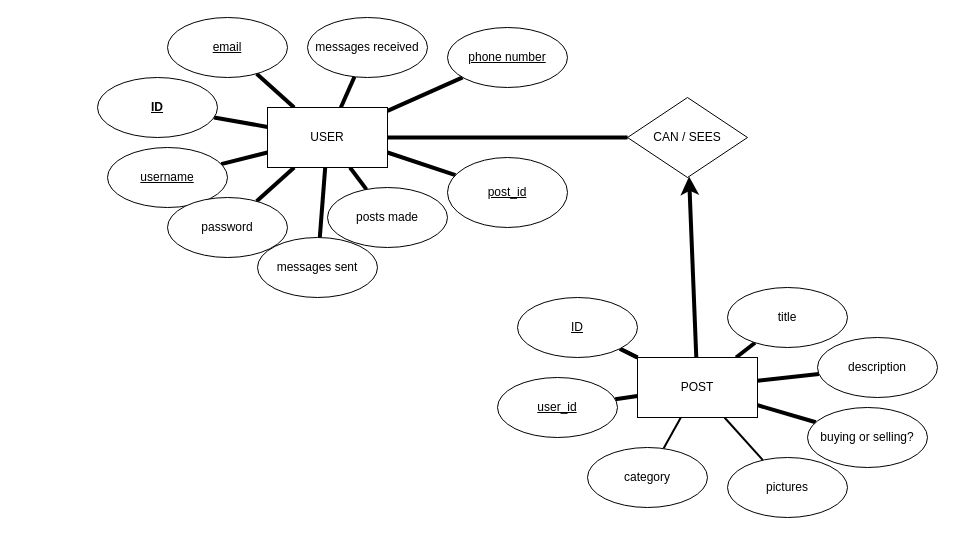
MuhammadRehan7140/KnockoffCraigslist keeps this draw.io diagram as ER_Diagram.drawio. Above is the earlier version. Source tidied: cells renumbered, new cells numbered last; positions are measured from the earlier drawing's top-left corner, leaving out a move shared by most shapes. Both pictures are drawn from the tidied source at 100%, with x=0, y=0 at pixel (97, 17).
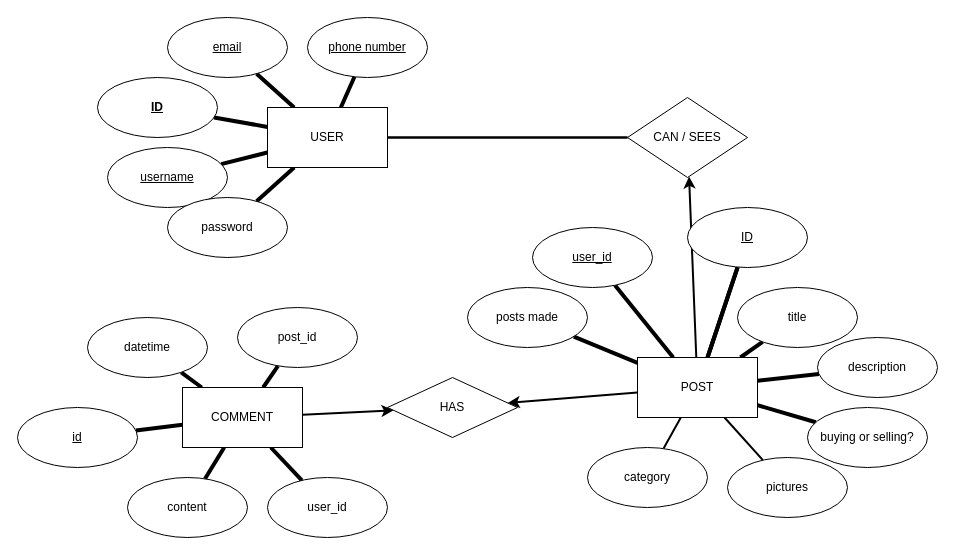
The same diagram, later.

Commit message:
patched ER diagram

The change refers to these unchanged cells:
```xml
<mxCell id="12" value="USER" style="rounded=0;whiteSpace=wrap;html=1;" parent="1" vertex="1">
  <mxGeometry x="170" y="90" width="120" height="60" as="geometry" />
</mxCell>
<mxCell id="19" value="CAN / SEES" style="rhombus;whiteSpace=wrap;html=1;rounded=0;" parent="1" vertex="1">
  <mxGeometry x="530" y="80" width="120" height="80" as="geometry" />
</mxCell>
<mxCell id="30" value="POST" style="whiteSpace=wrap;html=1;rounded=0;" parent="1" vertex="1">
  <mxGeometry x="540" y="340" width="120" height="60" as="geometry" />
</mxCell>
```

Diff of the diagram source:
```diff
@@
-    <mxCell id="8" style="edgeStyle=none;html=1;endArrow=none;endFill=0;strokeWidth=4;" parent="1" edge="1" source="12" target="20">
-      <mxGeometry relative="1" as="geometry" />
-    </mxCell>
-    <mxCell id="9" style="edgeStyle=none;html=1;endArrow=none;endFill=0;strokeWidth=4;" parent="1" edge="1" source="12" target="19">
+    <mxCell id="9" style="edgeStyle=none;html=1;endArrow=none;endFill=0;strokeWidth=2;" parent="1" edge="1" source="12" target="19">
       <mxGeometry relative="1" as="geometry" />
     </mxCell>
-    <mxCell id="10" style="edgeStyle=none;html=1;endArrow=none;endFill=0;strokeWidth=4;" parent="1" edge="1" source="12" target="21">
-      <mxGeometry relative="1" as="geometry" />
-    </mxCell>
-    <mxCell id="11" style="edgeStyle=none;html=1;startArrow=none;startFill=0;endArrow=none;endFill=0;strokeWidth=4;" parent="1" edge="1" source="12" target="38">
-      <mxGeometry relative="1" as="geometry" />
-    </mxCell>
@@
     <mxCell id="17" value="&lt;u&gt;phone number&lt;/u&gt;" style="ellipse;whiteSpace=wrap;html=1;rounded=0;" parent="1" vertex="1">
-      <mxGeometry x="350" y="10" width="120" height="60" as="geometry" />
+      <mxGeometry x="210" width="120" height="60" as="geometry" />
     </mxCell>
-    <mxCell id="18" style="edgeStyle=none;html=1;endArrow=none;endFill=0;strokeWidth=4;startArrow=classic;startFill=1;" parent="1" edge="1" source="19" target="30">
+    <mxCell id="18" style="edgeStyle=none;html=1;endArrow=none;endFill=0;strokeWidth=2;startArrow=classic;startFill=1;" parent="1" edge="1" source="19" target="30">
       <mxGeometry relative="1" as="geometry" />
     </mxCell>
@@
-    <mxCell id="20" value="messages received" style="ellipse;whiteSpace=wrap;html=1;rounded=0;" parent="1" vertex="1">
-      <mxGeometry x="210" width="120" height="60" as="geometry" />
-    </mxCell>
-    <mxCell id="21" value="messages sent" style="ellipse;whiteSpace=wrap;html=1;rounded=0;" parent="1" vertex="1">
-      <mxGeometry x="160" y="220" width="120" height="60" as="geometry" />
-    </mxCell>
@@
+    <mxCell id="41" style="edgeStyle=none;html=1;endArrow=none;endFill=0;strokeWidth=4;" parent="1" edge="1" source="30" target="39">
+      <mxGeometry relative="1" as="geometry" />
+    </mxCell>
+    <mxCell id="42" style="edgeStyle=none;html=1;endArrow=classic;endFill=1;strokeWidth=2;" parent="1" edge="1" source="30" target="44">
+      <mxGeometry relative="1" as="geometry" />
+    </mxCell>
@@
     <mxCell id="31" value="title" style="ellipse;whiteSpace=wrap;html=1;rounded=0;" parent="1" vertex="1">
-      <mxGeometry x="630" y="270" width="120" height="60" as="geometry" />
+      <mxGeometry x="640" y="270" width="120" height="60" as="geometry" />
     </mxCell>
@@
     <mxCell id="35" value="&lt;u&gt;ID&lt;/u&gt;" style="ellipse;whiteSpace=wrap;html=1;rounded=0;" parent="1" vertex="1">
-      <mxGeometry x="420" y="280" width="120" height="60" as="geometry" />
+      <mxGeometry x="590" y="190" width="120" height="60" as="geometry" />
     </mxCell>
     <mxCell id="36" value="&lt;u&gt;user_id&lt;/u&gt;" style="ellipse;whiteSpace=wrap;html=1;rounded=0;" parent="1" vertex="1">
-      <mxGeometry x="400" y="360" width="120" height="60" as="geometry" />
+      <mxGeometry x="435" y="210" width="120" height="60" as="geometry" />
     </mxCell>
@@
-    <mxCell id="38" value="posts made" style="ellipse;whiteSpace=wrap;html=1;rounded=0;" parent="1" vertex="1">
-      <mxGeometry x="230" y="170" width="120" height="60" as="geometry" />
-    </mxCell>
-    <mxCell id="39" style="edgeStyle=none;html=1;entryX=1;entryY=0.75;entryDx=0;entryDy=0;startArrow=none;startFill=0;endArrow=none;endFill=0;strokeWidth=4;" parent="1" edge="1" source="40" target="12">
-      <mxGeometry relative="1" as="geometry" />
+    <mxCell id="39" value="posts made" style="ellipse;whiteSpace=wrap;html=1;rounded=0;" parent="1" vertex="1">
+      <mxGeometry x="370" y="270" width="120" height="60" as="geometry" />
     </mxCell>
+    <mxCell id="43" style="edgeStyle=none;html=1;endArrow=none;endFill=0;strokeWidth=2;startArrow=classic;startFill=1;" parent="1" edge="1" source="44" target="50">
+      <mxGeometry relative="1" as="geometry" />
+    </mxCell>
+    <mxCell id="44" value="HAS" style="rhombus;whiteSpace=wrap;html=1;rounded=0;" parent="1" vertex="1">
+      <mxGeometry x="290" y="360" width="130" height="60" as="geometry" />
+    </mxCell>
+    <mxCell id="45" style="edgeStyle=none;html=1;startArrow=none;startFill=0;endArrow=none;endFill=0;strokeWidth=4;" parent="1" edge="1" source="50" target="51">
+      <mxGeometry relative="1" as="geometry" />
+    </mxCell>
+    <mxCell id="46" style="edgeStyle=none;html=1;startArrow=none;startFill=0;endArrow=none;endFill=0;strokeWidth=4;" parent="1" edge="1" source="50" target="40">
+      <mxGeometry relative="1" as="geometry" />
+    </mxCell>
+    <mxCell id="47" style="edgeStyle=none;html=1;startArrow=none;startFill=0;endArrow=none;endFill=0;strokeWidth=4;" parent="1" edge="1" source="50" target="52">
+      <mxGeometry relative="1" as="geometry" />
+    </mxCell>
+    <mxCell id="48" style="edgeStyle=none;html=1;startArrow=none;startFill=0;endArrow=none;endFill=0;strokeWidth=4;" parent="1" edge="1" source="50" target="53">
+      <mxGeometry relative="1" as="geometry" />
+    </mxCell>
+    <mxCell id="49" style="edgeStyle=none;html=1;startArrow=none;startFill=0;endArrow=none;endFill=0;strokeWidth=4;" parent="1" edge="1" source="50" target="54">
+      <mxGeometry relative="1" as="geometry" />
+    </mxCell>
+    <mxCell id="50" value="COMMENT" style="whiteSpace=wrap;html=1;rounded=0;" parent="1" vertex="1">
+      <mxGeometry x="85" y="370" width="120" height="60" as="geometry" />
+    </mxCell>
+    <mxCell id="51" value="user_id" style="ellipse;whiteSpace=wrap;html=1;rounded=0;" parent="1" vertex="1">
+      <mxGeometry x="170" y="460" width="120" height="60" as="geometry" />
+    </mxCell>
-    <mxCell id="40" value="&lt;u&gt;post_id&lt;/u&gt;" style="ellipse;whiteSpace=wrap;html=1;" parent="1" vertex="1">
-      <mxGeometry x="350" y="140" width="120" height="70" as="geometry" />
+    <mxCell id="40" value="post_id" style="ellipse;whiteSpace=wrap;html=1;rounded=0;" parent="1" vertex="1">
+      <mxGeometry x="140" y="290" width="120" height="60" as="geometry" />
     </mxCell>
+    <mxCell id="52" value="content" style="ellipse;whiteSpace=wrap;html=1;rounded=0;" parent="1" vertex="1">
+      <mxGeometry x="30" y="460" width="120" height="60" as="geometry" />
+    </mxCell>
+    <mxCell id="53" value="datetime" style="ellipse;whiteSpace=wrap;html=1;rounded=0;" parent="1" vertex="1">
+      <mxGeometry x="-10" y="300" width="120" height="60" as="geometry" />
+    </mxCell>
+    <mxCell id="54" value="&lt;u&gt;id&lt;/u&gt;" style="ellipse;whiteSpace=wrap;html=1;rounded=0;" parent="1" vertex="1">
+      <mxGeometry x="-80" y="390" width="120" height="60" as="geometry" />
+    </mxCell>
```
